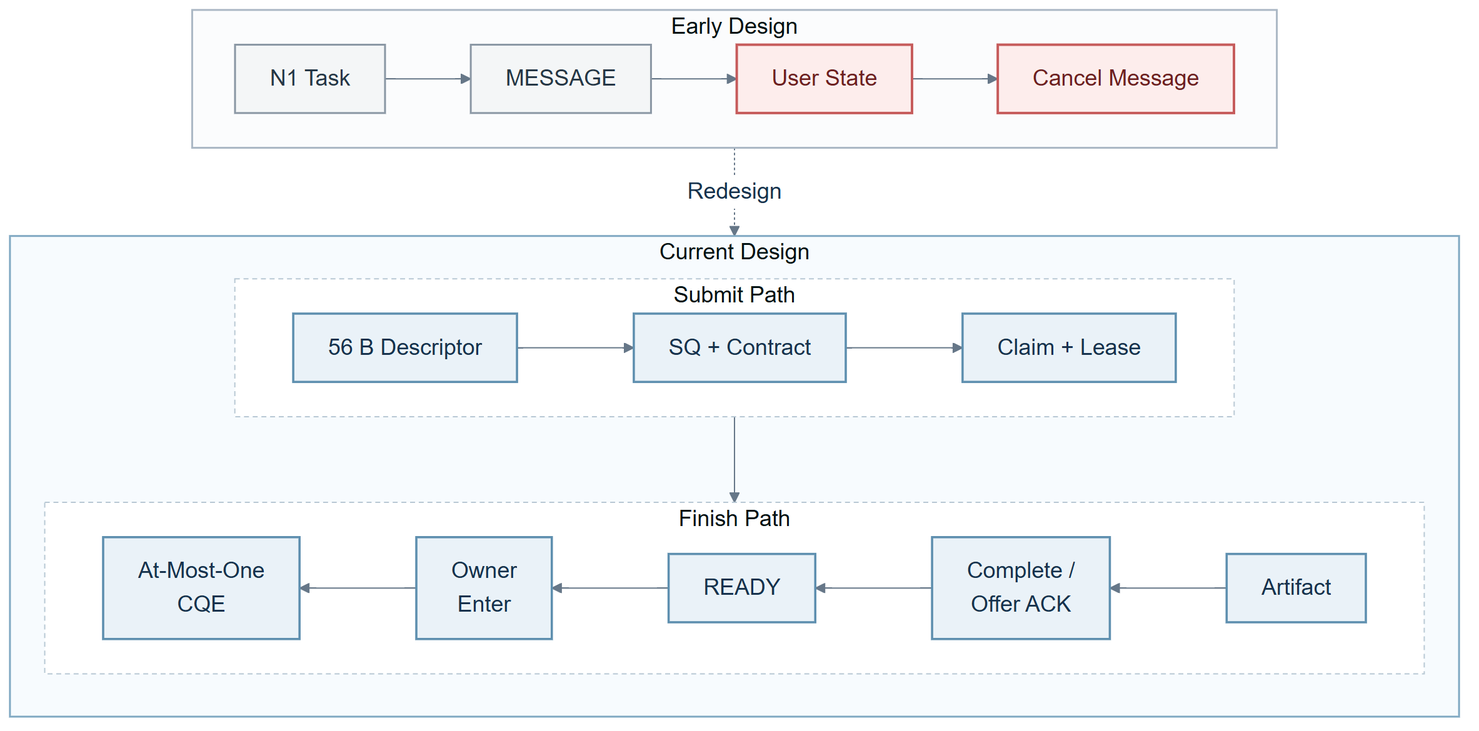
yushugulao/Agent-OS keeps this Mermaid diagram as docs/figures/architecture/implementation_task_channel.png. Above is the earlier version. Its source is kept beside it as docs/figures/architecture/implementation_task_channel.mmd. Its diagram source:
```mermaid
flowchart TB
  subgraph early["Early Design"]
    direction LR
    e1["N1 Task"] --> e2["MESSAGE"] --> e3["User State"] --> e4["Cancel Message"]
  end

  subgraph current["Current Design"]
    direction TB
    subgraph ctop["Submit Path"]
      direction LR
      c1["56 B Descriptor"] --> c2["SQ + Contract"] --> c3["Claim + Lease"]
    end
    subgraph cbottom["Finish Path"]
      direction RL
      c4["Artifact"] --> c5["Complete /<br/>Offer ACK"] --> c6["READY"] --> c7["Owner<br/>Enter"] --> c8["At-Most-One<br/>CQE"]
    end
    ctop --> cbottom
  end

  e4 -. "Redesign" .-> c1

  classDef earlyStep fill:#F4F6F7,stroke:#8996A3,color:#263746,stroke-width:1.5px;
  classDef risk fill:#FDEDEC,stroke:#C65B5B,color:#6E2020,stroke-width:2px;
  classDef currentStep fill:#EAF2F8,stroke:#5E8FAF,color:#17324D,stroke-width:1.8px;
  class e1,e2 earlyStep;
  class e3,e4 risk;
  class c1,c2,c3,c4,c5,c6,c7,c8 currentStep;
  style early fill:#FBFCFD,stroke:#AAB7C4,stroke-width:1.5px
  style current fill:#F7FBFE,stroke:#7FA8C2,stroke-width:1.5px
  style ctop fill:#FFFFFF,stroke:#B8C8D4,stroke-width:1px,stroke-dasharray:4 3
  style cbottom fill:#FFFFFF,stroke:#B8C8D4,stroke-width:1px,stroke-dasharray:4 3
```
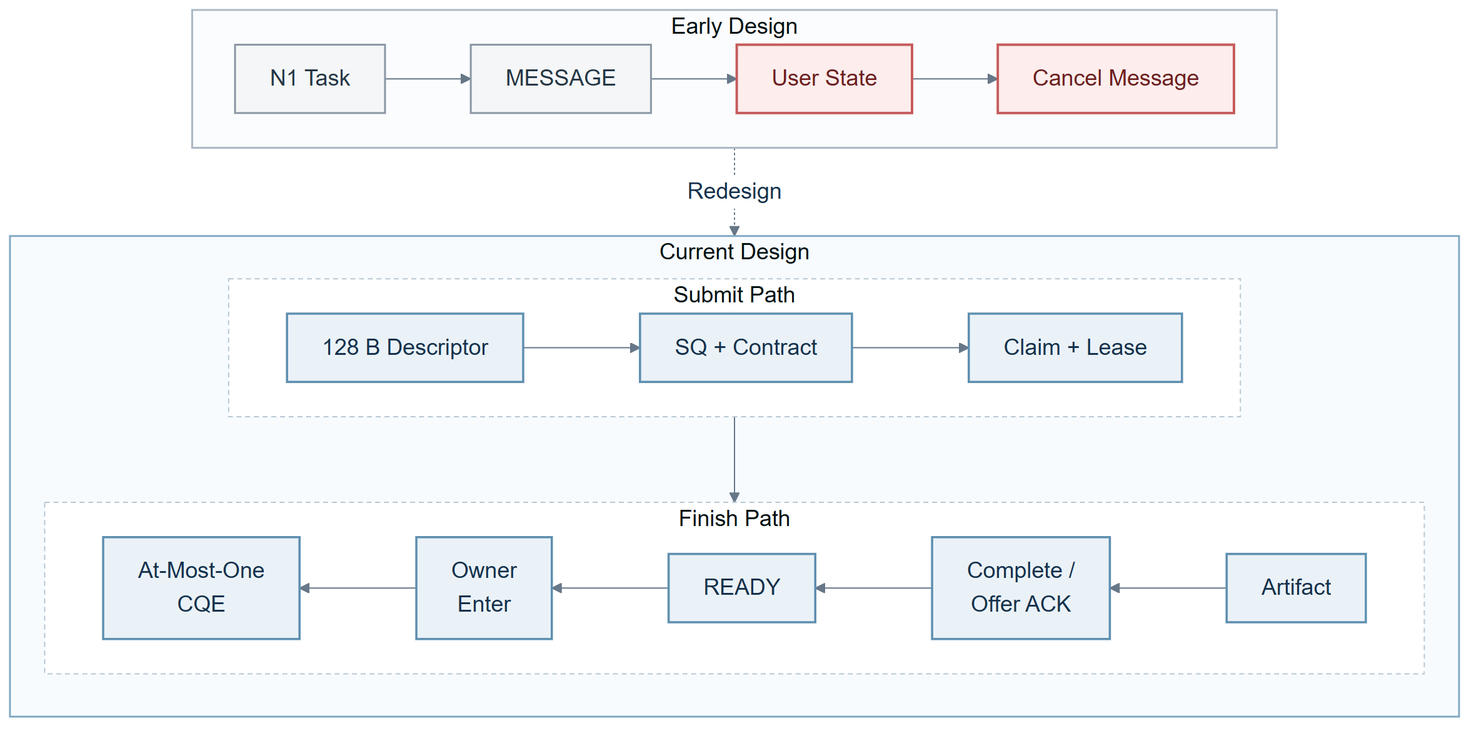
Later version of the same file.

Diff of the diagram source:
```diff
@@ -8,7 +8,7 @@
     direction TB
     subgraph ctop["Submit Path"]
       direction LR
-      c1["56 B Descriptor"] --> c2["SQ + Contract"] --> c3["Claim + Lease"]
+      c1["128 B Descriptor"] --> c2["SQ + Contract"] --> c3["Claim + Lease"]
     end
     subgraph cbottom["Finish Path"]
       direction RL
```
